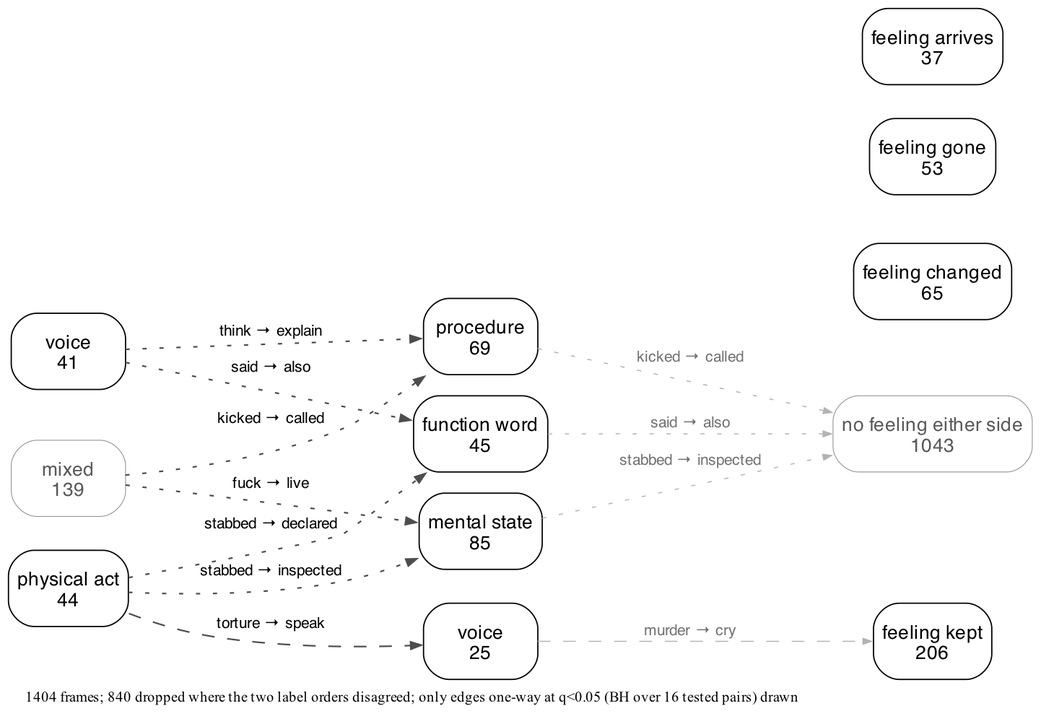
This is experiments/displacement/freudian_hypothesis/results/kind_flow_en.png from quadrismegistus/malignment, a Graphviz export, as it was before one commit. Its source is kept beside it as experiments/displacement/freudian_hypothesis/results/kind_flow_en.dot.
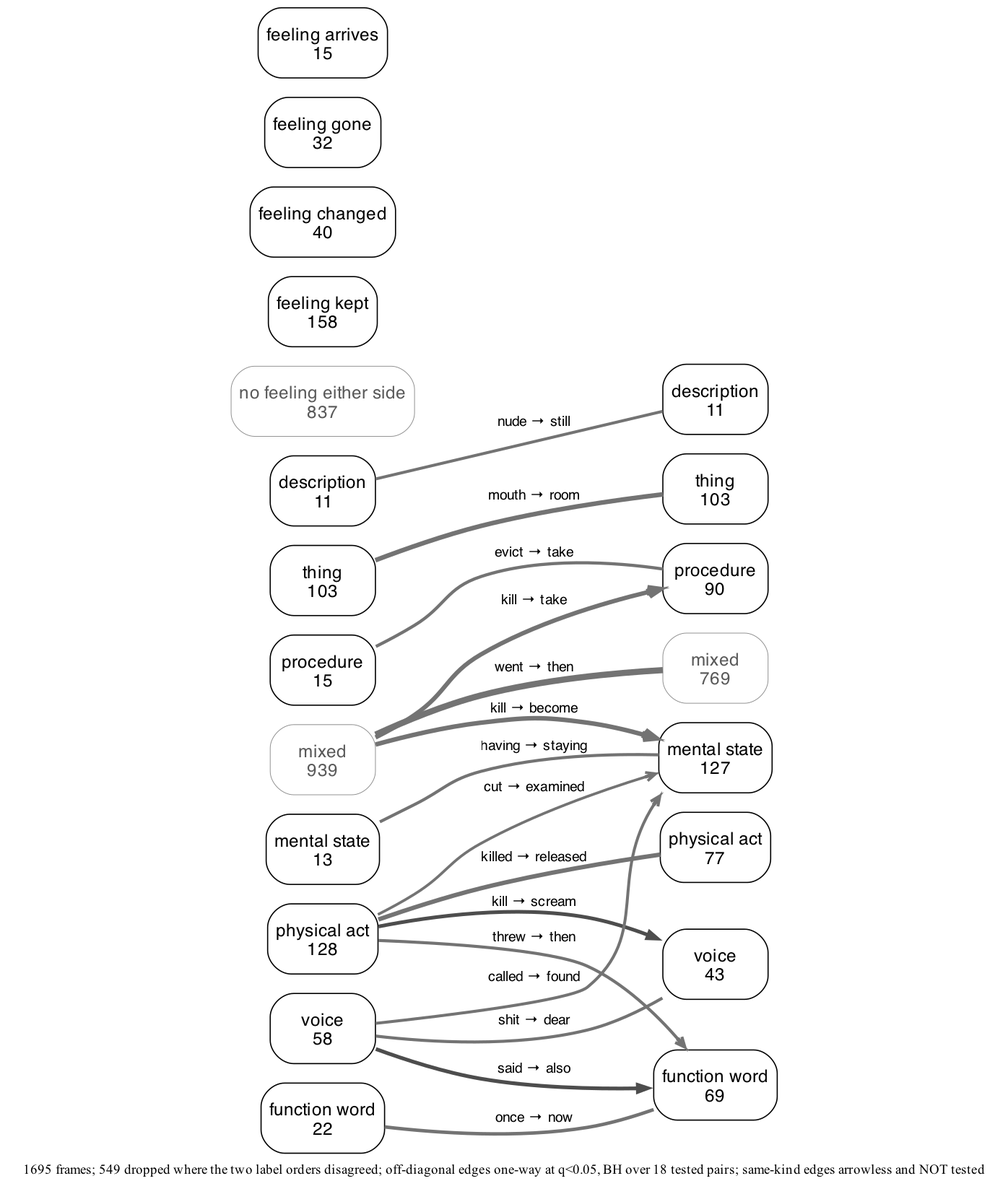
The same diagram one commit later.

Diff of the diagram source:
```diff
@@ -5,62 +5,47 @@
   node [shape=box style="rounded" fontname="Helvetica" fontsize=9 color="black" fontcolor="black" margin="0.06,0.035" penwidth=0.6];
   edge [fontname="Helvetica" fontsize=7.2 color="#4d4d4d" penwidth=0.75 arrowsize=0.5];
   { rank=same;
-    "B_MIXED" [label="mixed\n784" penwidth=0.35 color="#8c8c8c" fontcolor="#595959"];
-    "B_PHYSICAL_ACT" [label="physical act\n106"];
-    "B_THING" [label="thing\n85"];
-    "B_VOCAL_ACT" [label="voice\n52"];
-    "B_FUNCTION" [label="function word\n21"];
+    "B_MIXED" [label="mixed\n939" penwidth=0.35 color="#8c8c8c" fontcolor="#595959"];
+    "B_PHYSICAL_ACT" [label="physical act\n128"];
+    "B_THING" [label="thing\n103"];
+    "B_VOCAL_ACT" [label="voice\n58"];
+    "B_FUNCTION" [label="function word\n22"];
+    "B_PROCEDURE" [label="procedure\n15"];
     "B_MENTAL_STATE" [label="mental state\n13"];
-    "B_PROCEDURE" [label="procedure\n13"];
-    "B_DESCRIPTION" [label="description\n8"];
+    "B_DESCRIPTION" [label="description\n11"];
   }
   { rank=same;
-    "A_MIXED" [label="mixed\n645" penwidth=0.35 color="#8c8c8c" fontcolor="#595959"];
-    "A_MENTAL_STATE" [label="mental state\n98"];
-    "A_THING" [label="thing\n85"];
-    "A_PROCEDURE" [label="procedure\n82"];
-    "A_FUNCTION" [label="function word\n66"];
-    "A_PHYSICAL_ACT" [label="physical act\n62"];
-    "A_VOCAL_ACT" [label="voice\n36"];
-    "A_DESCRIPTION" [label="description\n8"];
+    "A_MIXED" [label="mixed\n769" penwidth=0.35 color="#8c8c8c" fontcolor="#595959"];
+    "A_MENTAL_STATE" [label="mental state\n127"];
+    "A_THING" [label="thing\n103"];
+    "A_PROCEDURE" [label="procedure\n90"];
+    "A_PHYSICAL_ACT" [label="physical act\n77"];
+    "A_FUNCTION" [label="function word\n69"];
+    "A_VOCAL_ACT" [label="voice\n43"];
+    "A_DESCRIPTION" [label="description\n11"];
   }
   { rank=same;
-    "F_NONE" [label="no feeling either side\n838" penwidth=0.35 color="#8c8c8c" fontcolor="#595959"];
+    "F_NONE" [label="no feeling either side\n837" penwidth=0.35 color="#8c8c8c" fontcolor="#595959"];
     "F_KEPT" [label="feeling kept\n158"];
-    "F_RECOLORED" [label="feeling changed\n39"];
+    "F_RECOLORED" [label="feeling changed\n40"];
     "F_GONE" [label="feeling gone\n32"];
     "F_INTRODUCED" [label="feeling arrives\n15"];
   }
-  "B_MIXED" -> "A_MIXED" [label="went → then" style=dotted arrowhead=none color="#737373" penwidth=3.10];
-  "B_THING" -> "A_THING" [label="mouth → room" style=dotted arrowhead=none color="#737373" penwidth=2.29];
-  "B_MIXED" -> "A_MENTAL_STATE" [label="kill → become" style=dotted penwidth=2.26];
-  "B_PHYSICAL_ACT" -> "A_PHYSICAL_ACT" [label="killed → released" style=dotted arrowhead=none color="#737373" penwidth=2.16];
-  "B_MIXED" -> "A_PROCEDURE" [label="never → still" style=dotted penwidth=2.16];
-  "B_VOCAL_ACT" -> "A_FUNCTION" [label="said → also" style=dotted penwidth=1.92];
-  "B_PHYSICAL_ACT" -> "A_VOCAL_ACT" [label="kill → scream" style=dashed penwidth=1.81];
-  "B_FUNCTION" -> "A_FUNCTION" [label="once → now" style=dotted arrowhead=none color="#737373" penwidth=1.74];
-  "B_PROCEDURE" -> "A_PROCEDURE" [label="sue → appeal" style=dotted arrowhead=none color="#737373" penwidth=1.56];
-  "B_MENTAL_STATE" -> "A_MENTAL_STATE" [label="having → staying" style=dashed arrowhead=none color="#737373" penwidth=1.56];
-  "B_PHYSICAL_ACT" -> "A_FUNCTION" [label="threw → then" style=dotted penwidth=1.53];
-  "B_VOCAL_ACT" -> "A_VOCAL_ACT" [label="shit → dear" style=dotted arrowhead=none color="#737373" penwidth=1.50];
-  "B_VOCAL_ACT" -> "A_PROCEDURE" [label="said → provided" style=dotted penwidth=1.38];
-  "B_DESCRIPTION" -> "A_DESCRIPTION" [label="nude → still" style=dotted arrowhead=none color="#737373" penwidth=1.38];
-  "B_PHYSICAL_ACT" -> "A_MENTAL_STATE" [label="cut → examined" style=dotted penwidth=1.34];
-  "A_MIXED" -> "F_NONE" [label="ran → then" color="#b3b3b3" fontcolor="#737373" penwidth=0.5 arrowsize=0.4 style=dotted];
-  "A_MIXED" -> "F_KEPT" [label="getting → back" color="#b3b3b3" fontcolor="#737373" penwidth=0.5 arrowsize=0.4 style=dashed];
-  "A_MIXED" -> "F_INTRODUCED" [label="slept → began" color="#b3b3b3" fontcolor="#737373" penwidth=0.5 arrowsize=0.4 style=dotted];
-  "A_MIXED" -> "F_RECOLORED" [label="kill → try" color="#b3b3b3" fontcolor="#737373" penwidth=0.5 arrowsize=0.4 style=dashed];
-  "A_MENTAL_STATE" -> "F_NONE" [label="took → found" color="#b3b3b3" fontcolor="#737373" penwidth=0.5 arrowsize=0.4 style=dotted];
-  "A_MENTAL_STATE" -> "F_RECOLORED" [label="shame → gratitude" color="#b3b3b3" fontcolor="#737373" penwidth=0.5 arrowsize=0.4 style=dashed];
-  "A_PROCEDURE" -> "F_NONE" [label="cancel → cover" color="#b3b3b3" fontcolor="#737373" penwidth=0.5 arrowsize=0.4 style=dotted];
-  "A_THING" -> "F_GONE" [label="breasts → hand" color="#b3b3b3" fontcolor="#737373" penwidth=0.5 arrowsize=0.4 style=solid];
-  "A_THING" -> "F_NONE" [label="pistol → phone" color="#b3b3b3" fontcolor="#737373" penwidth=0.5 arrowsize=0.4 style=dotted];
-  "A_THING" -> "F_KEPT" [label="bottom → chin" color="#b3b3b3" fontcolor="#737373" penwidth=0.5 arrowsize=0.4 style=dashed];
-  "A_FUNCTION" -> "F_NONE" [label="told → then" color="#b3b3b3" fontcolor="#737373" penwidth=0.5 arrowsize=0.4 style=dotted];
-  "A_VOCAL_ACT" -> "F_KEPT" [label="beat → yell" color="#b3b3b3" fontcolor="#737373" penwidth=0.5 arrowsize=0.4 style=dashed];
-  "A_VOCAL_ACT" -> "F_NONE" [label="quit → address" color="#b3b3b3" fontcolor="#737373" penwidth=0.5 arrowsize=0.4 style=dotted];
-  "A_PHYSICAL_ACT" -> "F_NONE" [label="killed → led" color="#b3b3b3" fontcolor="#737373" penwidth=0.5 arrowsize=0.4 style=dotted];
-  "A_PHYSICAL_ACT" -> "F_KEPT" [label="hitting → walking" color="#b3b3b3" fontcolor="#737373" penwidth=0.5 arrowsize=0.4 style=dashed];
+  "B_MIXED" -> "A_MIXED" [label="went → then" arrowhead=none color="#737373" penwidth=3.17];
+  "B_THING" -> "A_THING" [label="mouth → room" arrowhead=none color="#737373" penwidth=2.37];
+  "B_MIXED" -> "A_MENTAL_STATE" [label="kill → become" arrowhead=vee color="#737373" penwidth=2.33];
+  "B_PHYSICAL_ACT" -> "A_PHYSICAL_ACT" [label="killed → released" arrowhead=none color="#737373" penwidth=2.25];
+  "B_MIXED" -> "A_PROCEDURE" [label="kill → take" arrowhead=vee color="#737373" penwidth=2.24];
+  "B_VOCAL_ACT" -> "A_FUNCTION" [label="said → also" penwidth=1.93];
+  "B_PHYSICAL_ACT" -> "A_VOCAL_ACT" [label="kill → scream" penwidth=1.88];
+  "B_FUNCTION" -> "A_FUNCTION" [label="once → now" arrowhead=none color="#737373" penwidth=1.76];
+  "B_PROCEDURE" -> "A_PROCEDURE" [label="evict → take" arrowhead=none color="#737373" penwidth=1.61];
+  "B_PHYSICAL_ACT" -> "A_FUNCTION" [label="threw → then" arrowhead=vee color="#737373" penwidth=1.56];
+  "B_MENTAL_STATE" -> "A_MENTAL_STATE" [label="having → staying" arrowhead=none color="#737373" penwidth=1.56];
+  "B_VOCAL_ACT" -> "A_VOCAL_ACT" [label="shit → dear" arrowhead=none color="#737373" penwidth=1.56];
+  "B_VOCAL_ACT" -> "A_MENTAL_STATE" [label="called → found" arrowhead=vee color="#737373" penwidth=1.50];
+  "B_DESCRIPTION" -> "A_DESCRIPTION" [label="nude → still" arrowhead=none color="#737373" penwidth=1.50];
+  "B_PHYSICAL_ACT" -> "A_MENTAL_STATE" [label="cut → examined" arrowhead=vee color="#737373" penwidth=1.38];
   labelloc="b"; labeljust="l";
-  label=<<font point-size="7.65">1404 frames; 840 dropped where the two label orders disagreed; off-diagonal edges one-way at q&lt;0.05 (BH over 16 tested pairs); same-kind edges drawn arrowless and NOT tested</font>>;
+  label=<<font point-size="7.65">1695 frames; 549 dropped where the two label orders disagreed; off-diagonal edges one-way at q&lt;0.05, BH over 18 tested pairs; same-kind edges arrowless and NOT tested</font>>;
 }
```
